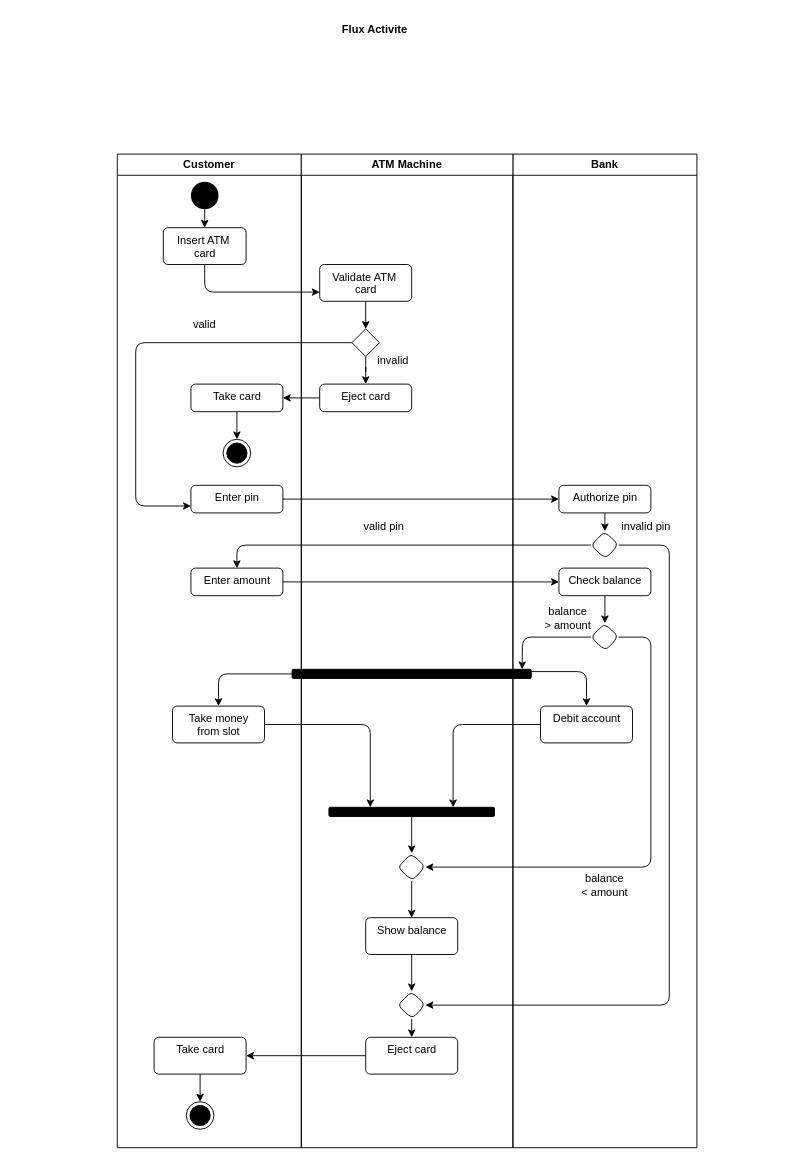
The draw.io diagram reproduireGraphique.drawio in RusselTano/Diagrame, before the edit. Source tidied: cells renumbered, new cells numbered last; positions are measured from the earlier drawing's top-left corner, leaving out a move shared by most shapes. Both pictures are drawn from the tidied source at 92%, with x=0, y=0 at pixel (117, 16).
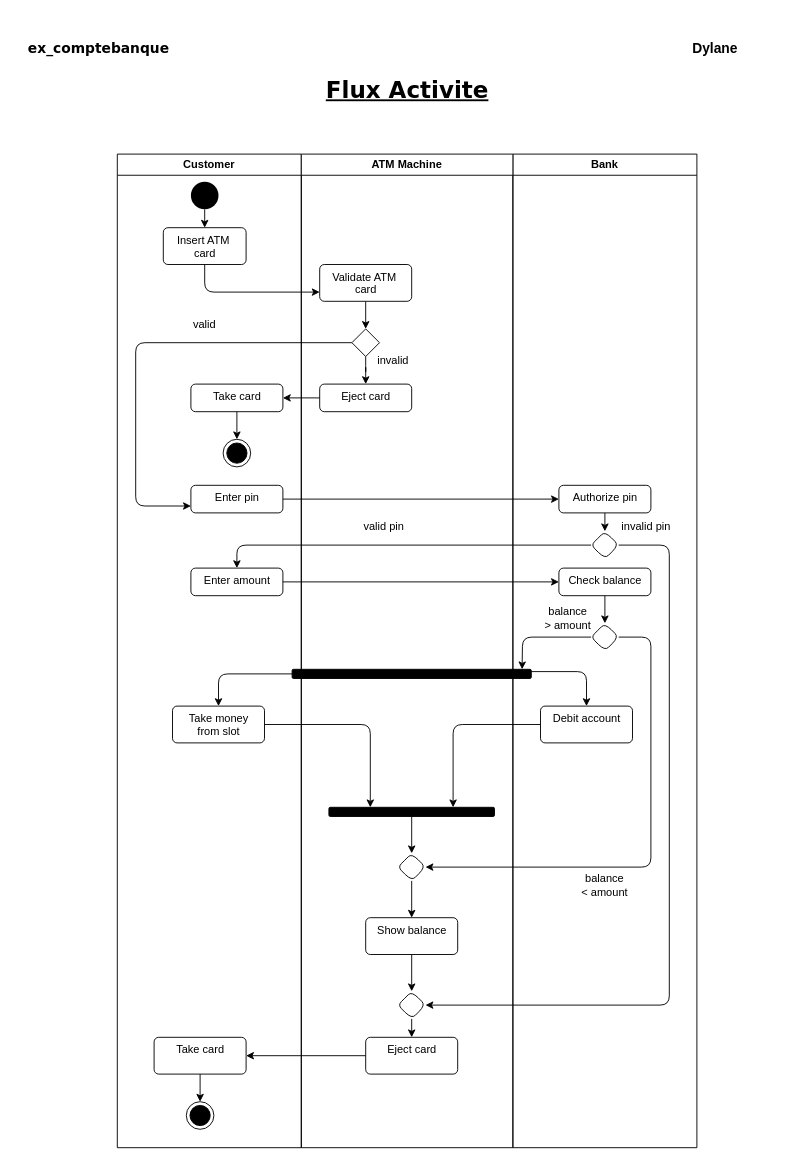
The same page after the edit.

Diff of the diagram source:
```diff
@@
-    <mxCell id="16" value="Flux Activite" style="text;html=1;align=center;verticalAlign=middle;whiteSpace=wrap;rounded=0;fontStyle=1;" parent="1" vertex="1">
-      <mxGeometry x="200" width="160" height="30" as="geometry" />
+    <mxCell id="16" value="Flux Activite" style="text;html=1;align=center;verticalAlign=middle;whiteSpace=wrap;rounded=0;fontStyle=5;fontFamily=Verdana;fontSize=25;" parent="1" vertex="1">
+      <mxGeometry x="207.5" y="50" width="215" height="60" as="geometry" />
     </mxCell>
@@
+    <mxCell id="61" value="ex_comptebanque" style="text;html=1;align=center;verticalAlign=middle;whiteSpace=wrap;rounded=0;fontStyle=1;fontSize=15;fontFamily=Verdana;" parent="1" vertex="1">
+      <mxGeometry x="-110" y="20" width="180" height="30" as="geometry" />
+    </mxCell>
+    <mxCell id="62" value="Dylane" style="text;html=1;align=center;verticalAlign=middle;whiteSpace=wrap;rounded=0;fontStyle=1;fontSize=15;" parent="1" vertex="1">
+      <mxGeometry x="570" y="20" width="160" height="30" as="geometry" />
+    </mxCell>
```
